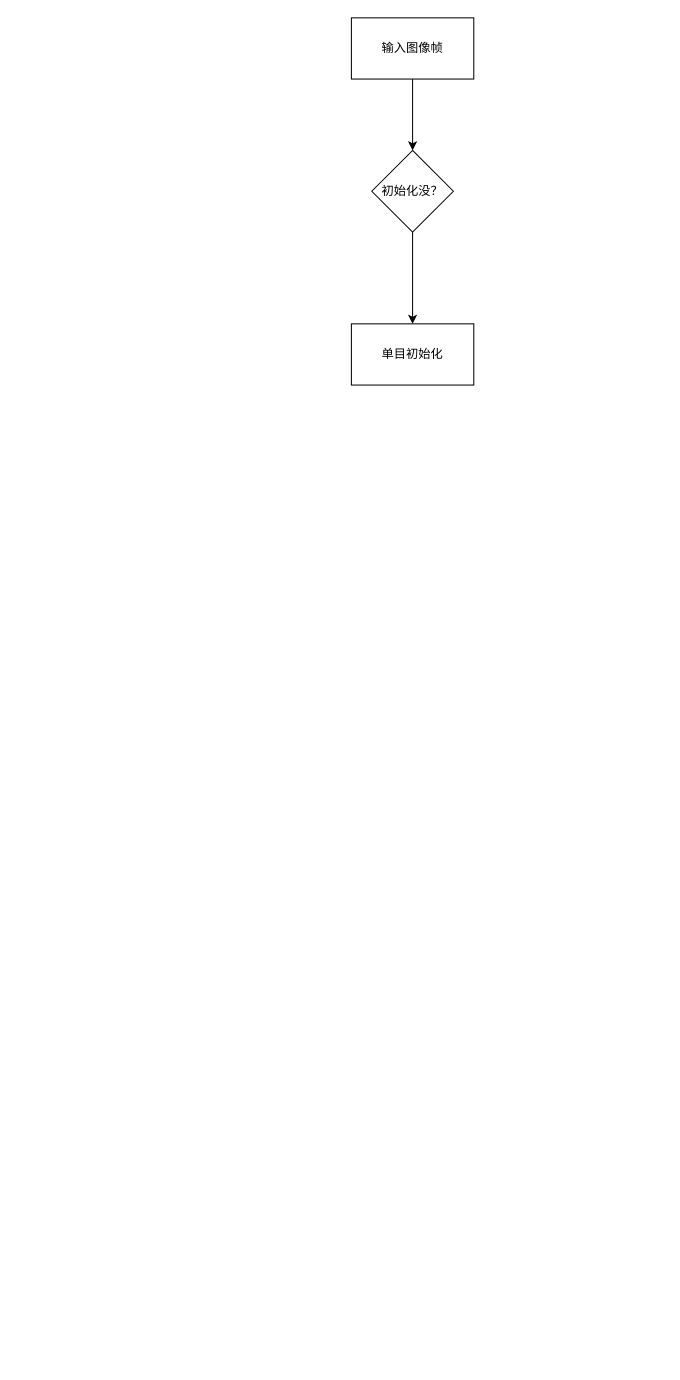
Above: EMSLAM.drawio in Abigail248/endoscope_orb_slan3 (draw.io), before the change. Source tidied: cells renumbered, new cells numbered last; positions are measured from the earlier drawing's top-left corner, leaving out a move shared by most shapes. Both pictures are drawn from the tidied source at 102%, with x=0, y=0 at pixel (351, 17).
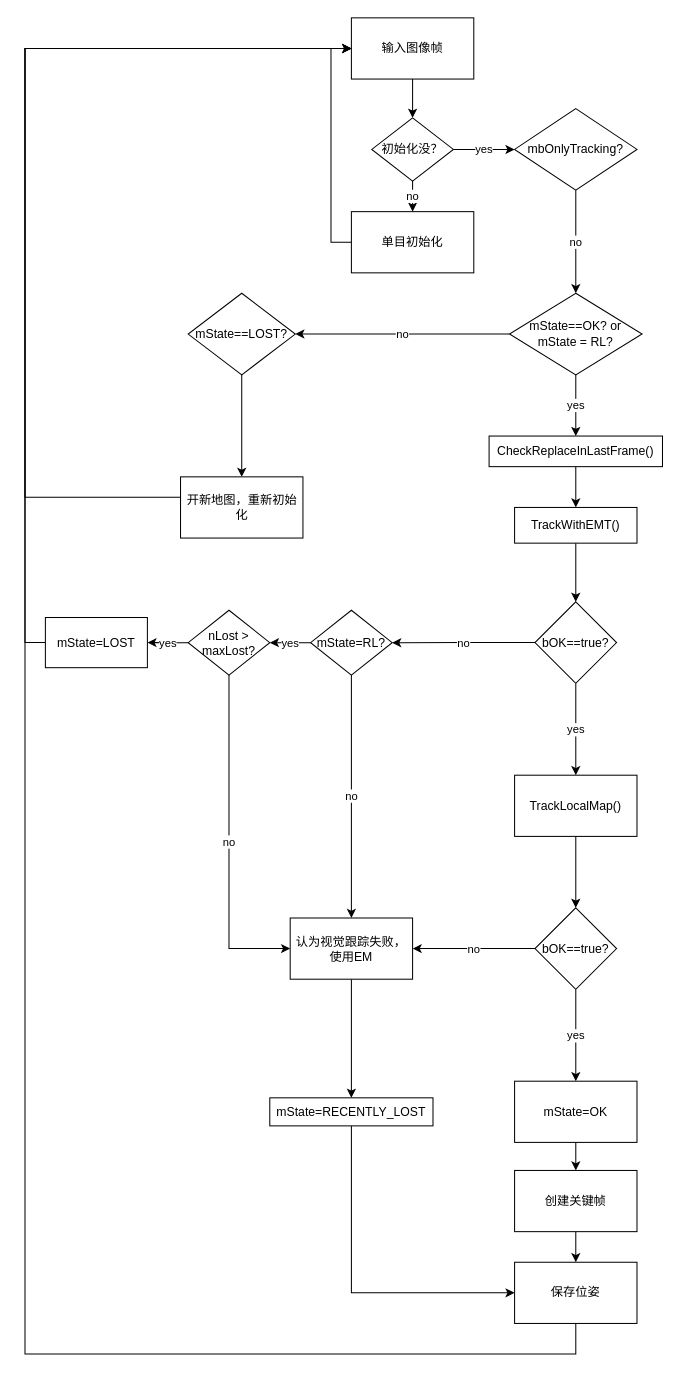
Above is the later version.

The change refers to these unchanged cells:
```xml
<mxCell id="3" value="输入图像帧" style="rounded=0;whiteSpace=wrap;html=1;" parent="1" vertex="1">
  <mxGeometry width="120" height="60" as="geometry" />
</mxCell>
```

The edit, as a diff of the source:
```diff
@@
-    <mxCell id="4" style="edgeStyle=orthogonalEdgeStyle;rounded=0;jettySize=auto;html=1;" parent="1" edge="1" source="5" target="6">
+    <mxCell id="4" value="no" style="edgeStyle=orthogonalEdgeStyle;rounded=0;jettySize=auto;html=1;" parent="1" edge="1" source="5" target="6">
       <mxGeometry relative="1" as="geometry" />
     </mxCell>
+    <mxCell id="7" value="yes" style="edgeStyle=orthogonalEdgeStyle;rounded=0;jettySize=auto;html=1;" parent="1" edge="1" source="5" target="10">
+      <mxGeometry relative="1" as="geometry" />
+    </mxCell>
     <mxCell id="5" value="初始化没？" style="rhombus;whiteSpace=wrap;html=1;rounded=0;" parent="1" vertex="1">
-      <mxGeometry x="20" y="130" width="80" height="80" as="geometry" />
+      <mxGeometry x="20" y="98" width="80" height="62" as="geometry" />
     </mxCell>
+    <mxCell id="8" style="edgeStyle=orthogonalEdgeStyle;rounded=0;jettySize=auto;html=1;exitX=0;exitY=0.5;exitDx=0;exitDy=0;entryX=0;entryY=0.5;entryDx=0;entryDy=0;" parent="1" edge="1" source="6" target="3">
+      <mxGeometry relative="1" as="geometry" />
+    </mxCell>
     <mxCell id="6" value="单目初始化" style="whiteSpace=wrap;html=1;rounded=0;" parent="1" vertex="1">
-      <mxGeometry y="300" width="120" height="60" as="geometry" />
+      <mxGeometry y="190" width="120" height="60" as="geometry" />
     </mxCell>
+    <mxCell id="9" value="no" style="edgeStyle=orthogonalEdgeStyle;rounded=0;jettySize=auto;html=1;" parent="1" edge="1" source="10" target="13">
+      <mxGeometry relative="1" as="geometry" />
+    </mxCell>
+    <mxCell id="10" value="mbOnlyTracking?" style="rhombus;whiteSpace=wrap;html=1;rounded=0;" parent="1" vertex="1">
+      <mxGeometry x="160" y="89" width="120" height="80" as="geometry" />
+    </mxCell>
+    <mxCell id="11" value="yes" style="edgeStyle=orthogonalEdgeStyle;rounded=0;jettySize=auto;html=1;" parent="1" edge="1" source="13" target="15">
+      <mxGeometry relative="1" as="geometry" />
+    </mxCell>
+    <mxCell id="12" value="no" style="edgeStyle=orthogonalEdgeStyle;rounded=0;jettySize=auto;html=1;entryX=1;entryY=0.5;entryDx=0;entryDy=0;" parent="1" edge="1" source="13" target="37">
+      <mxGeometry relative="1" as="geometry" />
+    </mxCell>
+    <mxCell id="13" value="mState==OK? or&lt;br&gt;mState = RL?" style="rhombus;whiteSpace=wrap;html=1;rounded=0;" parent="1" vertex="1">
+      <mxGeometry x="155" y="270" width="130" height="80" as="geometry" />
+    </mxCell>
+    <mxCell id="14" style="edgeStyle=orthogonalEdgeStyle;rounded=0;jettySize=auto;html=1;" parent="1" edge="1" source="15" target="17">
+      <mxGeometry relative="1" as="geometry" />
+    </mxCell>
+    <mxCell id="15" value="CheckReplaceInLastFrame()" style="whiteSpace=wrap;html=1;rounded=0;" parent="1" vertex="1">
+      <mxGeometry x="135" y="410" width="170" height="30" as="geometry" />
+    </mxCell>
+    <mxCell id="16" style="edgeStyle=orthogonalEdgeStyle;rounded=0;jettySize=auto;html=1;" parent="1" edge="1" source="17" target="20">
+      <mxGeometry relative="1" as="geometry" />
+    </mxCell>
+    <mxCell id="17" value="TrackWithEMT()" style="whiteSpace=wrap;html=1;rounded=0;" parent="1" vertex="1">
+      <mxGeometry x="160" y="480" width="120" height="35" as="geometry" />
+    </mxCell>
+    <mxCell id="18" value="yes" style="edgeStyle=orthogonalEdgeStyle;rounded=0;jettySize=auto;html=1;" parent="1" edge="1" source="20" target="22">
+      <mxGeometry relative="1" as="geometry" />
+    </mxCell>
+    <mxCell id="19" value="no" style="edgeStyle=orthogonalEdgeStyle;rounded=0;jettySize=auto;html=1;" parent="1" edge="1" source="20" target="42">
+      <mxGeometry relative="1" as="geometry" />
+    </mxCell>
+    <mxCell id="20" value="bOK==true?" style="rhombus;whiteSpace=wrap;html=1;rounded=0;" parent="1" vertex="1">
+      <mxGeometry x="180" y="572.5" width="80" height="80" as="geometry" />
+    </mxCell>
+    <mxCell id="21" style="edgeStyle=orthogonalEdgeStyle;rounded=0;jettySize=auto;html=1;" parent="1" edge="1" source="22" target="25">
+      <mxGeometry relative="1" as="geometry" />
+    </mxCell>
+    <mxCell id="22" value="TrackLocalMap()" style="whiteSpace=wrap;html=1;rounded=0;" parent="1" vertex="1">
+      <mxGeometry x="160" y="742.5" width="120" height="60" as="geometry" />
+    </mxCell>
+    <mxCell id="23" value="yes" style="edgeStyle=orthogonalEdgeStyle;rounded=0;jettySize=auto;html=1;" parent="1" edge="1" source="25" target="27">
+      <mxGeometry relative="1" as="geometry" />
+    </mxCell>
+    <mxCell id="24" value="no" style="edgeStyle=orthogonalEdgeStyle;rounded=0;jettySize=auto;html=1;" parent="1" edge="1" source="25" target="31">
+      <mxGeometry relative="1" as="geometry" />
+    </mxCell>
+    <mxCell id="25" value="bOK==true?" style="rhombus;whiteSpace=wrap;html=1;rounded=0;" parent="1" vertex="1">
+      <mxGeometry x="180" y="872.5" width="80" height="80" as="geometry" />
+    </mxCell>
+    <mxCell id="26" style="edgeStyle=orthogonalEdgeStyle;rounded=0;jettySize=auto;html=1;" parent="1" edge="1" source="27" target="35">
+      <mxGeometry relative="1" as="geometry" />
+    </mxCell>
+    <mxCell id="27" value="mState=OK" style="whiteSpace=wrap;html=1;rounded=0;" parent="1" vertex="1">
+      <mxGeometry x="160" y="1042.5" width="120" height="60" as="geometry" />
+    </mxCell>
+    <mxCell id="28" style="edgeStyle=orthogonalEdgeStyle;rounded=0;jettySize=auto;html=1;exitX=0.5;exitY=1;exitDx=0;exitDy=0;entryX=0;entryY=0.5;entryDx=0;entryDy=0;" parent="1" edge="1" source="29" target="3">
+      <mxGeometry relative="1" as="geometry">
+        <Array as="points">
+          <mxPoint x="220" y="1310" />
+          <mxPoint x="-320" y="1310" />
+          <mxPoint x="-320" y="30" />
+        </Array>
+      </mxGeometry>
+    </mxCell>
+    <mxCell id="29" value="保存位姿" style="whiteSpace=wrap;html=1;rounded=0;" parent="1" vertex="1">
+      <mxGeometry x="160" y="1220" width="120" height="60" as="geometry" />
+    </mxCell>
+    <mxCell id="30" style="edgeStyle=orthogonalEdgeStyle;rounded=0;jettySize=auto;html=1;" parent="1" edge="1" source="31" target="33">
+      <mxGeometry relative="1" as="geometry" />
+    </mxCell>
+    <mxCell id="31" value="认为视觉跟踪失败，使用EM" style="whiteSpace=wrap;html=1;rounded=0;" parent="1" vertex="1">
+      <mxGeometry x="-60" y="882.5" width="120" height="60" as="geometry" />
+    </mxCell>
+    <mxCell id="32" style="edgeStyle=orthogonalEdgeStyle;rounded=0;jettySize=auto;html=1;exitX=0.5;exitY=1;exitDx=0;exitDy=0;entryX=0;entryY=0.5;entryDx=0;entryDy=0;" parent="1" edge="1" source="33" target="29">
+      <mxGeometry relative="1" as="geometry" />
+    </mxCell>
+    <mxCell id="33" value="mState=RECENTLY_LOST" style="whiteSpace=wrap;html=1;rounded=0;" parent="1" vertex="1">
+      <mxGeometry x="-80" y="1058.8" width="160" height="27.5" as="geometry" />
+    </mxCell>
+    <mxCell id="34" style="edgeStyle=orthogonalEdgeStyle;rounded=0;jettySize=auto;html=1;" parent="1" edge="1" source="35" target="29">
+      <mxGeometry relative="1" as="geometry" />
+    </mxCell>
+    <mxCell id="35" value="创建关键帧" style="rounded=0;whiteSpace=wrap;html=1;" parent="1" vertex="1">
+      <mxGeometry x="160" y="1130" width="120" height="60" as="geometry" />
+    </mxCell>
+    <mxCell id="36" style="edgeStyle=orthogonalEdgeStyle;rounded=0;jettySize=auto;html=1;" parent="1" edge="1" source="37" target="39">
+      <mxGeometry relative="1" as="geometry" />
+    </mxCell>
+    <mxCell id="37" value="mState==LOST?" style="rhombus;whiteSpace=wrap;html=1;rounded=0;" parent="1" vertex="1">
+      <mxGeometry x="-160" y="270" width="105" height="80" as="geometry" />
+    </mxCell>
+    <mxCell id="38" style="edgeStyle=orthogonalEdgeStyle;rounded=0;jettySize=auto;html=1;exitX=0;exitY=0.5;exitDx=0;exitDy=0;entryX=0;entryY=0.5;entryDx=0;entryDy=0;" parent="1" edge="1" source="39" target="3">
+      <mxGeometry relative="1" as="geometry">
+        <Array as="points">
+          <mxPoint x="-320" y="470" />
+          <mxPoint x="-320" y="30" />
+        </Array>
+      </mxGeometry>
+    </mxCell>
+    <mxCell id="39" value="开新地图，重新初始化" style="whiteSpace=wrap;html=1;rounded=0;" parent="1" vertex="1">
+      <mxGeometry x="-167.5" y="450" width="120" height="60" as="geometry" />
+    </mxCell>
+    <mxCell id="40" value="no" style="edgeStyle=orthogonalEdgeStyle;rounded=0;jettySize=auto;html=1;exitX=0.5;exitY=1;exitDx=0;exitDy=0;" parent="1" edge="1" source="42" target="31">
+      <mxGeometry relative="1" as="geometry" />
+    </mxCell>
+    <mxCell id="41" value="yes" style="edgeStyle=orthogonalEdgeStyle;rounded=0;jettySize=auto;html=1;" parent="1" edge="1" source="42" target="45">
+      <mxGeometry relative="1" as="geometry" />
+    </mxCell>
+    <mxCell id="42" value="mState=RL?" style="rhombus;whiteSpace=wrap;html=1;rounded=0;" parent="1" vertex="1">
+      <mxGeometry x="-40" y="580.8" width="80" height="63.5" as="geometry" />
+    </mxCell>
+    <mxCell id="43" value="yes" style="edgeStyle=orthogonalEdgeStyle;rounded=0;jettySize=auto;html=1;" parent="1" edge="1" source="45" target="47">
+      <mxGeometry relative="1" as="geometry" />
+    </mxCell>
+    <mxCell id="44" value="no" style="edgeStyle=orthogonalEdgeStyle;rounded=0;jettySize=auto;html=1;exitX=0.5;exitY=1;exitDx=0;exitDy=0;entryX=0;entryY=0.5;entryDx=0;entryDy=0;" parent="1" edge="1" source="45" target="31">
+      <mxGeometry relative="1" as="geometry" />
+    </mxCell>
+    <mxCell id="45" value="nLost &amp;gt; maxLost?" style="rhombus;whiteSpace=wrap;html=1;rounded=0;" parent="1" vertex="1">
+      <mxGeometry x="-160" y="580.8" width="80" height="63.5" as="geometry" />
+    </mxCell>
+    <mxCell id="46" style="edgeStyle=orthogonalEdgeStyle;rounded=0;jettySize=auto;html=1;exitX=0;exitY=0.5;exitDx=0;exitDy=0;entryX=0;entryY=0.5;entryDx=0;entryDy=0;" parent="1" edge="1" source="47" target="3">
+      <mxGeometry relative="1" as="geometry">
+        <Array as="points">
+          <mxPoint x="-320" y="613" />
+          <mxPoint x="-320" y="30" />
+        </Array>
+      </mxGeometry>
+    </mxCell>
+    <mxCell id="47" value="mState=LOST" style="rounded=0;whiteSpace=wrap;html=1;" parent="1" vertex="1">
+      <mxGeometry x="-300" y="587.9" width="100" height="49.2" as="geometry" />
+    </mxCell>
```
